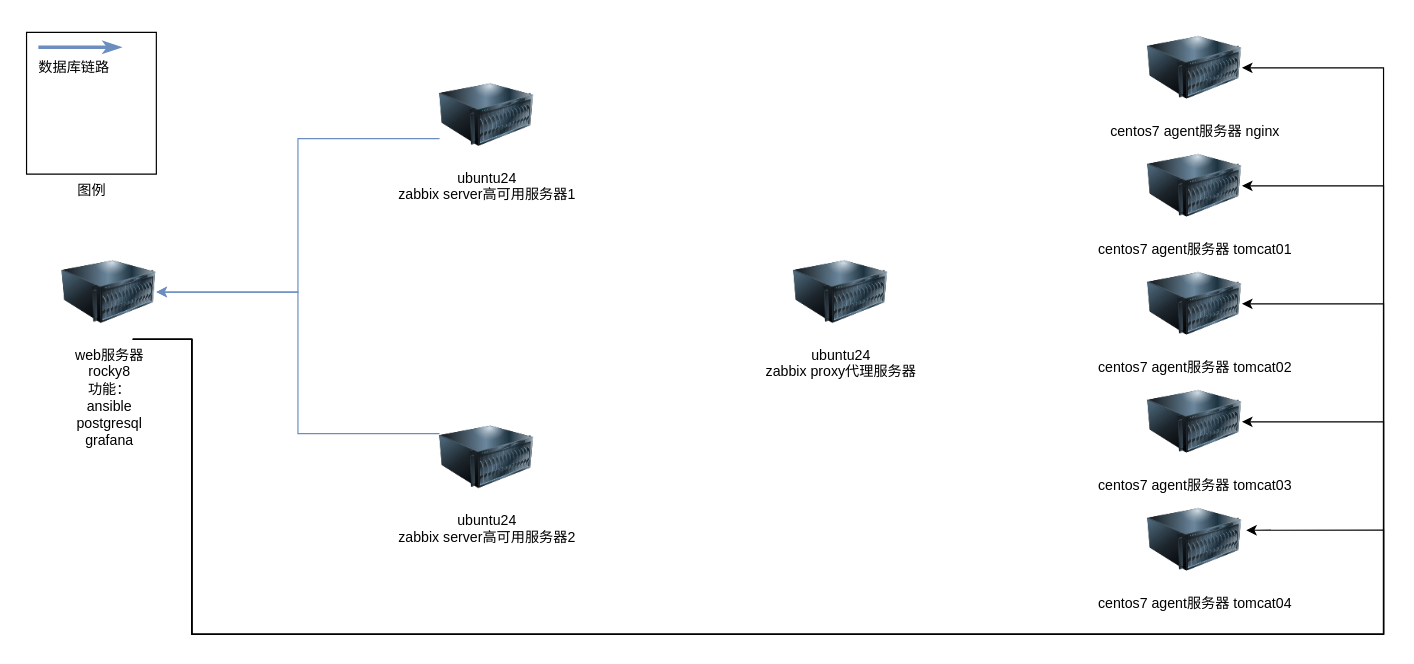
This is 流程图/zabbix_高可用.drawio from xiecheesejohn/drawio, a draw.io file, before an edit. Source tidied: cells renumbered, new cells numbered last; positions are measured from the earlier drawing's top-left corner, leaving out a move shared by most shapes. Both pictures are drawn from the tidied source at 118%, with x=0, y=0 at pixel (26, 20).
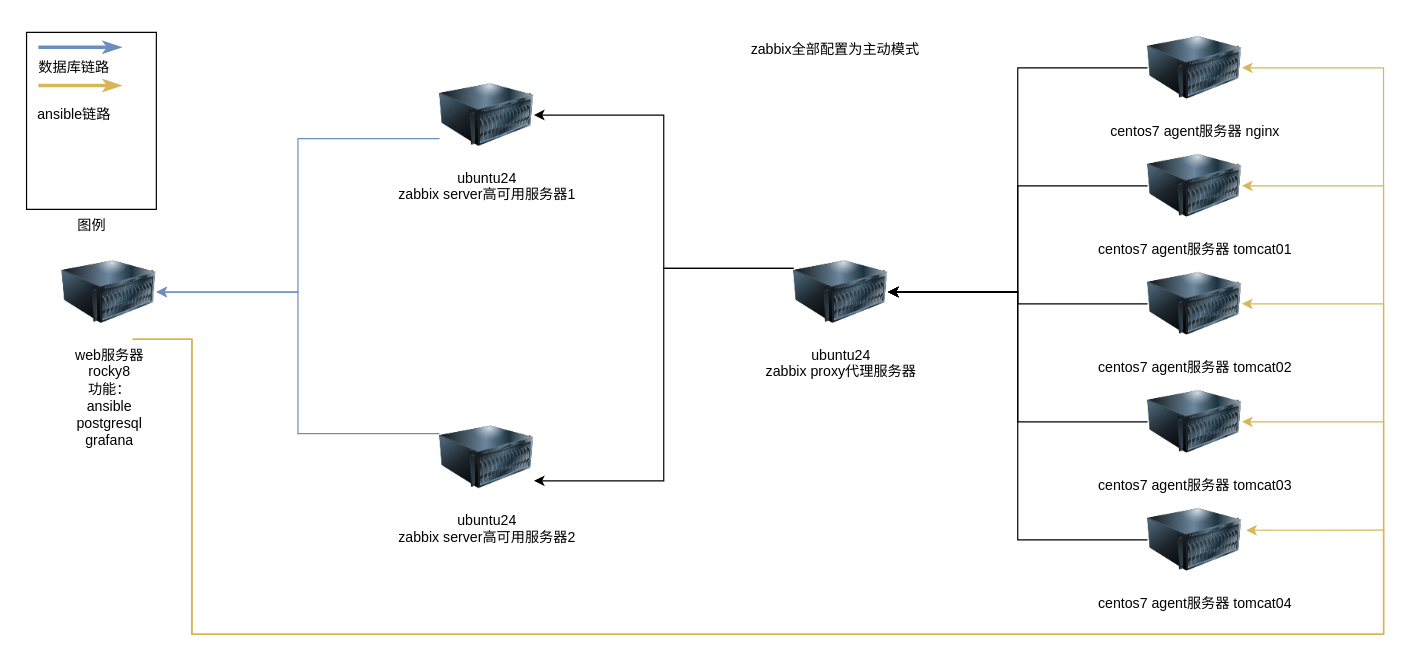
After the change.

Commit message (it also covers changes not shown here):
更新zabbix_高可用.drawio

Unchanged cells that the change refers to:
```xml
<mxCell id="3" value="web服务器&lt;br&gt;rocky8&lt;br&gt;功能：&lt;br&gt;ansible&lt;br&gt;postgresql&lt;br&gt;grafana" style="image;html=1;image=img/lib/clip_art/computers/Server_128x128.png;" parent="1" vertex="1">
  <mxGeometry x="30" y="190" width="80" height="80" as="geometry" />
</mxCell>
<mxCell id="5" value="ubuntu24&lt;br&gt;zabbix server高可用服务器1" style="image;html=1;image=img/lib/clip_art/computers/Server_128x128.png;" parent="1" vertex="1">
  <mxGeometry x="350" y="40" width="80" height="80" as="geometry" />
</mxCell>
<mxCell id="7" value="ubuntu24&lt;br&gt;zabbix server高可用服务器2" style="image;html=1;image=img/lib/clip_art/computers/Server_128x128.png;" parent="1" vertex="1">
  <mxGeometry x="350" y="330" width="80" height="80" as="geometry" />
</mxCell>
<mxCell id="8" value="ubuntu24&lt;br&gt;zabbix proxy代理服务器" style="image;html=1;image=img/lib/clip_art/computers/Server_128x128.png;" parent="1" vertex="1">
  <mxGeometry x="650" y="190" width="80" height="80" as="geometry" />
</mxCell>
<mxCell id="9" value="centos7 agent服务器 tomcat01" style="image;html=1;image=img/lib/clip_art/computers/Server_128x128.png;" parent="1" vertex="1">
  <mxGeometry x="950" y="100" width="80" height="80" as="geometry" />
</mxCell>
<mxCell id="10" value="centos7 agent服务器 nginx" style="image;html=1;image=img/lib/clip_art/computers/Server_128x128.png;" parent="1" vertex="1">
  <mxGeometry x="950" width="80" height="80" as="geometry" />
</mxCell>
<mxCell id="11" value="centos7 agent服务器 tomcat04" style="image;html=1;image=img/lib/clip_art/computers/Server_128x128.png;" parent="1" vertex="1">
  <mxGeometry x="950" y="400" width="80" height="80" as="geometry" />
</mxCell>
<mxCell id="12" value="centos7 agent服务器 tomcat03" style="image;html=1;image=img/lib/clip_art/computers/Server_128x128.png;" parent="1" vertex="1">
  <mxGeometry x="950" y="300" width="80" height="80" as="geometry" />
</mxCell>
<mxCell id="13" value="centos7 agent服务器 tomcat02" style="image;html=1;image=img/lib/clip_art/computers/Server_128x128.png;" parent="1" vertex="1">
  <mxGeometry x="950" y="200" width="80" height="80" as="geometry" />
</mxCell>
```

Diff of the diagram source:
```diff
@@
+    <mxCell id="15" value="图例" style="verticalLabelPosition=bottom;verticalAlign=top;html=1;shape=mxgraph.basic.rect;fillColor2=none;strokeWidth=1;size=20;indent=5;fillColor=none;" parent="1" vertex="1">
+      <mxGeometry y="10" width="110" height="150" as="geometry" />
+    </mxCell>
-    <mxCell id="2" style="edgeStyle=orthogonalEdgeStyle;rounded=0;jettySize=auto;html=1;entryX=1.045;entryY=0.398;entryDx=0;entryDy=0;entryPerimeter=0;exitX=0.75;exitY=1;exitDx=0;exitDy=0;" parent="1" edge="1" source="3" target="11">
+    <mxCell id="2" style="edgeStyle=orthogonalEdgeStyle;rounded=0;jettySize=auto;html=1;entryX=1.045;entryY=0.398;entryDx=0;entryDy=0;entryPerimeter=0;exitX=0.75;exitY=1;exitDx=0;exitDy=0;fillColor=#fff2cc;strokeColor=#d6b656;" parent="1" edge="1" source="3" target="11">
       <mxGeometry relative="1" as="geometry">
         <Array as="points">
           <mxPoint x="140" y="270" />
           <mxPoint x="140" y="520" />
           <mxPoint x="1150" y="520" />
           <mxPoint x="1150" y="432" />
         </Array>
       </mxGeometry>
     </mxCell>
@@
+    <mxCell id="21" style="edgeStyle=orthogonalEdgeStyle;rounded=0;jettySize=auto;html=1;exitX=0;exitY=0.25;exitDx=0;exitDy=0;entryX=1;entryY=0.5;entryDx=0;entryDy=0;" parent="1" edge="1" source="8" target="5">
+      <mxGeometry relative="1" as="geometry" />
+    </mxCell>
+    <mxCell id="22" style="edgeStyle=orthogonalEdgeStyle;rounded=0;jettySize=auto;html=1;exitX=0;exitY=0.25;exitDx=0;exitDy=0;entryX=1;entryY=0.75;entryDx=0;entryDy=0;" parent="1" edge="1" source="8" target="7">
+      <mxGeometry relative="1" as="geometry" />
+    </mxCell>
@@
+    <mxCell id="23" style="edgeStyle=orthogonalEdgeStyle;rounded=0;jettySize=auto;html=1;exitX=0;exitY=0.5;exitDx=0;exitDy=0;entryX=1;entryY=0.5;entryDx=0;entryDy=0;" parent="1" edge="1" source="9" target="8">
+      <mxGeometry relative="1" as="geometry" />
+    </mxCell>
@@
+    <mxCell id="24" style="edgeStyle=orthogonalEdgeStyle;rounded=0;jettySize=auto;html=1;exitX=0;exitY=0.5;exitDx=0;exitDy=0;entryX=1;entryY=0.5;entryDx=0;entryDy=0;" parent="1" edge="1" source="10" target="8">
+      <mxGeometry relative="1" as="geometry" />
+    </mxCell>
@@
+    <mxCell id="25" style="edgeStyle=orthogonalEdgeStyle;rounded=0;jettySize=auto;html=1;exitX=0;exitY=0.5;exitDx=0;exitDy=0;entryX=1;entryY=0.5;entryDx=0;entryDy=0;" parent="1" edge="1" source="11" target="8">
+      <mxGeometry relative="1" as="geometry" />
+    </mxCell>
@@
+    <mxCell id="26" style="edgeStyle=orthogonalEdgeStyle;rounded=0;jettySize=auto;html=1;exitX=0;exitY=0.5;exitDx=0;exitDy=0;entryX=1;entryY=0.5;entryDx=0;entryDy=0;" parent="1" edge="1" source="12" target="8">
+      <mxGeometry relative="1" as="geometry" />
+    </mxCell>
@@
+    <mxCell id="27" style="edgeStyle=orthogonalEdgeStyle;rounded=0;jettySize=auto;html=1;exitX=0;exitY=0.5;exitDx=0;exitDy=0;" parent="1" edge="1" source="13" target="8">
+      <mxGeometry relative="1" as="geometry" />
+    </mxCell>
@@
-    <mxCell id="15" value="图例" style="verticalLabelPosition=bottom;verticalAlign=top;html=1;shape=mxgraph.basic.rect;fillColor2=none;strokeWidth=1;size=20;indent=5;fillColor=none;" parent="1" vertex="1">
-      <mxGeometry y="10" width="110" height="120" as="geometry" />
-    </mxCell>
@@
-    <mxCell id="17" style="edgeStyle=orthogonalEdgeStyle;rounded=0;jettySize=auto;html=1;exitX=0.75;exitY=1;exitDx=0;exitDy=0;entryX=1;entryY=0.5;entryDx=0;entryDy=0;" parent="1" edge="1" target="12">
+    <mxCell id="17" style="edgeStyle=orthogonalEdgeStyle;rounded=0;jettySize=auto;html=1;exitX=0.75;exitY=1;exitDx=0;exitDy=0;entryX=1;entryY=0.5;entryDx=0;entryDy=0;fillColor=#fff2cc;strokeColor=#d6b656;" parent="1" edge="1" target="12">
       <mxGeometry relative="1" as="geometry">
         <mxPoint x="90" y="270" as="sourcePoint" />
         <Array as="points">
           <mxPoint x="140" y="270" />
           <mxPoint x="140" y="520" />
           <mxPoint x="1150" y="520" />
           <mxPoint x="1150" y="340" />
         </Array>
       </mxGeometry>
     </mxCell>
-    <mxCell id="18" style="edgeStyle=orthogonalEdgeStyle;rounded=0;jettySize=auto;html=1;exitX=0.75;exitY=1;exitDx=0;exitDy=0;entryX=1;entryY=0.5;entryDx=0;entryDy=0;" parent="1" edge="1" target="13">
+    <mxCell id="18" style="edgeStyle=orthogonalEdgeStyle;rounded=0;jettySize=auto;html=1;exitX=0.75;exitY=1;exitDx=0;exitDy=0;entryX=1;entryY=0.5;entryDx=0;entryDy=0;fillColor=#fff2cc;strokeColor=#d6b656;" parent="1" edge="1" target="13">
       <mxGeometry relative="1" as="geometry">
         <mxPoint x="90" y="270" as="sourcePoint" />
         <Array as="points">
           <mxPoint x="140" y="270" />
           <mxPoint x="140" y="520" />
           <mxPoint x="1150" y="520" />
           <mxPoint x="1150" y="240" />
         </Array>
       </mxGeometry>
     </mxCell>
-    <mxCell id="19" style="edgeStyle=orthogonalEdgeStyle;rounded=0;jettySize=auto;html=1;exitX=0.75;exitY=1;exitDx=0;exitDy=0;entryX=1;entryY=0.5;entryDx=0;entryDy=0;" parent="1" edge="1" target="9">
+    <mxCell id="19" style="edgeStyle=orthogonalEdgeStyle;rounded=0;jettySize=auto;html=1;exitX=0.75;exitY=1;exitDx=0;exitDy=0;entryX=1;entryY=0.5;entryDx=0;entryDy=0;fillColor=#fff2cc;strokeColor=#d6b656;" parent="1" edge="1" target="9">
       <mxGeometry relative="1" as="geometry">
         <mxPoint x="90" y="270" as="sourcePoint" />
         <Array as="points">
           <mxPoint x="140" y="270" />
           <mxPoint x="140" y="520" />
           <mxPoint x="1150" y="520" />
           <mxPoint x="1150" y="140" />
         </Array>
       </mxGeometry>
     </mxCell>
-    <mxCell id="20" style="edgeStyle=orthogonalEdgeStyle;rounded=0;jettySize=auto;html=1;exitX=0.75;exitY=1;exitDx=0;exitDy=0;entryX=1;entryY=0.5;entryDx=0;entryDy=0;" parent="1" edge="1" target="10">
+    <mxCell id="20" style="edgeStyle=orthogonalEdgeStyle;rounded=0;jettySize=auto;html=1;exitX=0.75;exitY=1;exitDx=0;exitDy=0;entryX=1;entryY=0.5;entryDx=0;entryDy=0;fillColor=#fff2cc;strokeColor=#d6b656;" parent="1" edge="1" target="10">
       <mxGeometry relative="1" as="geometry">
         <mxPoint x="90" y="270" as="sourcePoint" />
         <Array as="points">
           <mxPoint x="140" y="270" />
           <mxPoint x="140" y="520" />
           <mxPoint x="1150" y="520" />
           <mxPoint x="1150" y="40" />
         </Array>
       </mxGeometry>
     </mxCell>
+    <mxCell id="28" style="endArrow=classicThin;html=1;rounded=0;jumpSize=9;strokeWidth=3;fillColor=#fff2cc;strokeColor=#d6b656;startArrow=none;startFill=0;endFill=1;" parent="1" edge="1">
+      <mxGeometry relative="1" as="geometry">
+        <mxPoint x="10" y="55" as="sourcePoint" />
+        <mxPoint x="80" y="55" as="targetPoint" />
+      </mxGeometry>
+    </mxCell>
+    <mxCell id="29" value="ansible链路" style="text;html=1;align=center;verticalAlign=middle;strokeColor=none;fillColor=none;" parent="1" vertex="1">
+      <mxGeometry x="-5" y="65" width="90" height="30" as="geometry" />
+    </mxCell>
+    <mxCell id="30" value="zabbix全部配置为主动模式" style="text;html=1;align=center;verticalAlign=middle;strokeColor=none;fillColor=none;" parent="1" vertex="1">
+      <mxGeometry x="600" y="10" width="170" height="30" as="geometry" />
+    </mxCell>
```
